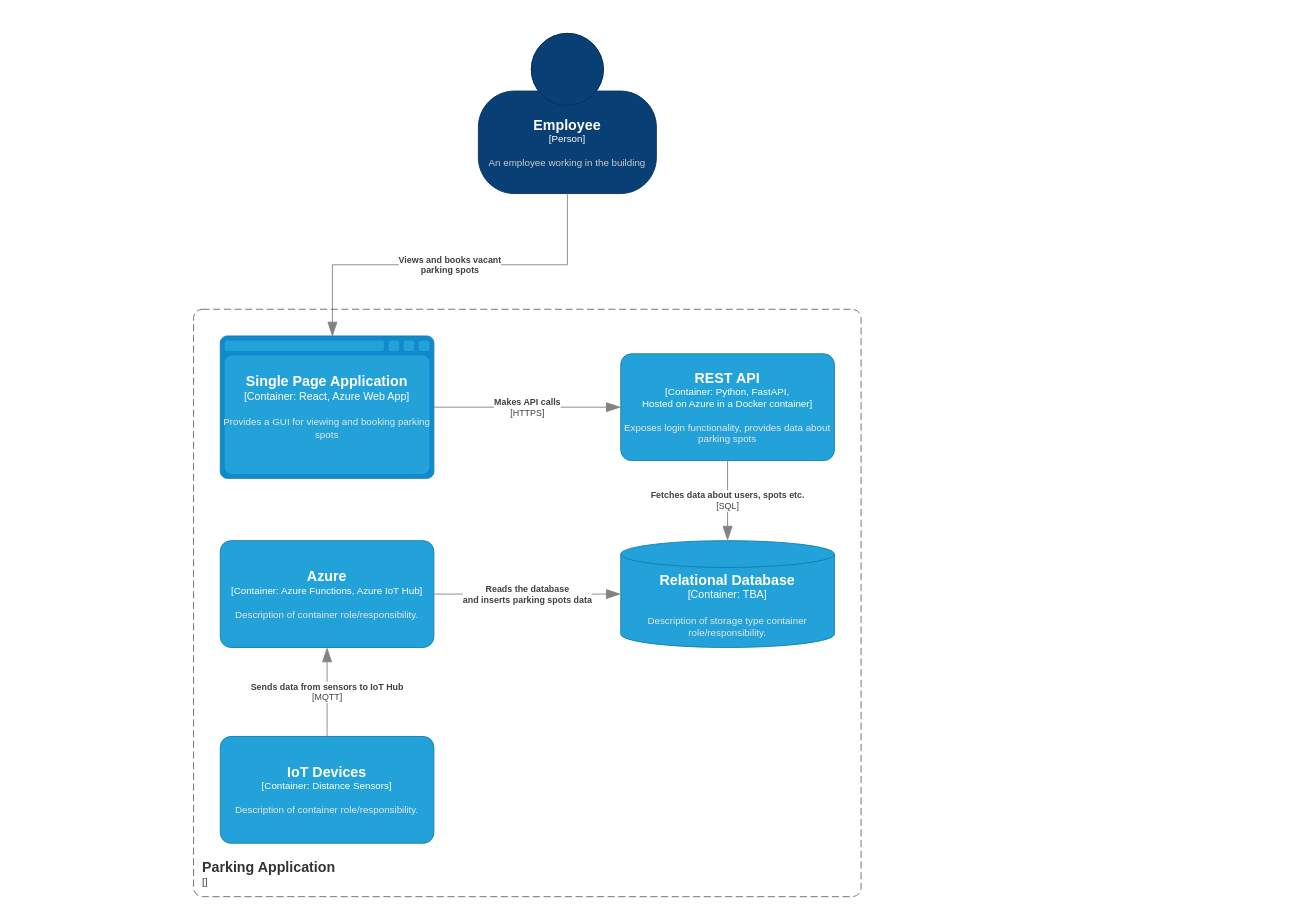
Earlier version of the draw.io diagram page "Container diagram" (2 of 2) of c4-diagram.drawio (WajsBartosz/ParkingApp). Source tidied: cells renumbered, new cells numbered last; positions are measured from the earlier drawing's top-left corner, leaving out a move shared by most shapes. Both pictures are drawn from the tidied source at 89%, with x=0, y=0 at pixel (193, 33).
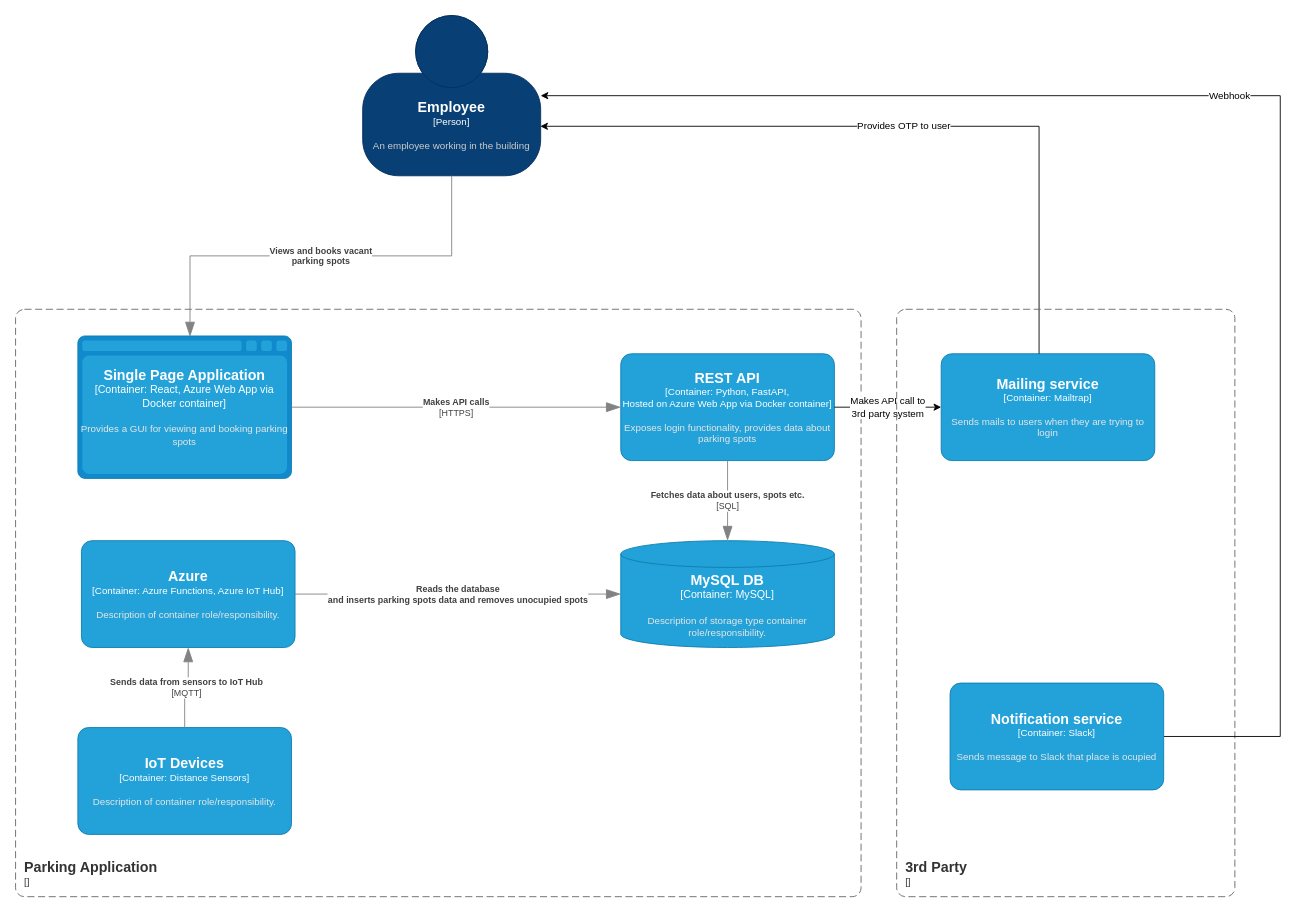
The same page after the edit.

Change to the diagram source:
```diff
@@
     <object id="2" label="&lt;font style=&quot;font-size: 16px&quot;&gt;&lt;b&gt;%c4Name%&lt;/b&gt;&lt;/font&gt;&lt;div&gt;[%c4Type%]&lt;/div&gt;&lt;br&gt;&lt;div&gt;&lt;font style=&quot;font-size: 11px&quot;&gt;&lt;font color=&quot;#cccccc&quot;&gt;%c4Description%&lt;/font&gt;&lt;/div&gt;" c4Description="An employee working in the building" c4Name="Employee" c4Type="Person" placeholders="1">
       <mxCell style="html=1;fontSize=11;dashed=0;whiteSpace=wrap;fillColor=#083F75;strokeColor=#06315C;fontColor=#ffffff;shape=mxgraph.c4.person2;align=center;points=[[0.5,0,0],[1,0.5,0],[1,0.75,0],[0.75,1,0],[0.5,1,0],[0.25,1,0],[0,0.75,0],[0,0.5,0]];" parent="1" vertex="1">
-        <mxGeometry x="320" width="200" height="180" as="geometry" />
+        <mxGeometry x="190" y="-20" width="200" height="180" as="geometry" />
       </mxCell>
     </object>
@@
-    <object id="4" label="&lt;font style=&quot;font-size: 16px&quot;&gt;&lt;b&gt;%c4Name%&lt;/b&gt;&lt;/font&gt;&lt;div&gt;[%c4Type%:&amp;nbsp;%c4Technology%]&lt;/div&gt;&lt;br&gt;&lt;div&gt;&lt;font style=&quot;font-size: 11px&quot;&gt;&lt;font color=&quot;#E6E6E6&quot;&gt;%c4Description%&lt;/font&gt;&lt;/div&gt;" c4Description="Provides a GUI for viewing and booking parking spots" c4Name="Single Page Application" c4Technology="React, Azure Web App" c4Type="Container" placeholders="1">
+    <object id="4" label="&lt;font style=&quot;font-size: 16px&quot;&gt;&lt;b&gt;%c4Name%&lt;/b&gt;&lt;/font&gt;&lt;div&gt;[%c4Type%:&amp;nbsp;%c4Technology%]&lt;/div&gt;&lt;br&gt;&lt;div&gt;&lt;font style=&quot;font-size: 11px&quot;&gt;&lt;font color=&quot;#E6E6E6&quot;&gt;%c4Description%&lt;/font&gt;&lt;/div&gt;" c4Description="Provides a GUI for viewing and booking parking spots" c4Name="Single Page Application" c4Technology="React, Azure Web App via Docker container" c4Type="Container" placeholders="1">
       <mxCell style="shape=mxgraph.c4.webBrowserContainer2;whiteSpace=wrap;html=1;boundedLbl=1;rounded=0;labelBackgroundColor=none;strokeColor=#118ACD;fillColor=#23A2D9;strokeColor=#118ACD;strokeColor2=#0E7DAD;fontSize=12;fontColor=#ffffff;align=center;points=[[0.5,0,0],[1,0.25,0],[1,0.5,0],[1,0.75,0],[0.5,1,0],[0,0.75,0],[0,0.5,0],[0,0.25,0]];" parent="1" vertex="1">
-        <mxGeometry x="30" y="340" width="240" height="160" as="geometry" />
+        <mxGeometry x="-130" y="340" width="240" height="160" as="geometry" />
       </mxCell>
     </object>
-    <object id="5" label="&lt;font style=&quot;font-size: 16px&quot;&gt;&lt;b&gt;%c4Name%&lt;/b&gt;&lt;/font&gt;&lt;div&gt;[%c4Type%: %c4Technology%]&lt;/div&gt;&lt;br&gt;&lt;div&gt;&lt;font style=&quot;font-size: 11px&quot;&gt;&lt;font color=&quot;#E6E6E6&quot;&gt;%c4Description%&lt;/font&gt;&lt;/div&gt;" c4Description="Exposes login functionality, provides data about parking spots" c4Name="REST API" c4Technology="Python, FastAPI,&#10;Hosted on Azure in a Docker container" c4Type="Container" placeholders="1">
+    <object id="5" label="&lt;font style=&quot;font-size: 16px&quot;&gt;&lt;b&gt;%c4Name%&lt;/b&gt;&lt;/font&gt;&lt;div&gt;[%c4Type%: %c4Technology%]&lt;/div&gt;&lt;br&gt;&lt;div&gt;&lt;font style=&quot;font-size: 11px&quot;&gt;&lt;font color=&quot;#E6E6E6&quot;&gt;%c4Description%&lt;/font&gt;&lt;/div&gt;" c4Description="Exposes login functionality, provides data about parking spots" c4Name="REST API" c4Technology="Python, FastAPI,&#10;Hosted on Azure Web App via Docker container" c4Type="Container" placeholders="1">
       <mxCell style="rounded=1;whiteSpace=wrap;html=1;fontSize=11;labelBackgroundColor=none;fillColor=#23A2D9;fontColor=#ffffff;align=center;arcSize=10;strokeColor=#0E7DAD;points=[[0.25,0,0],[0.5,0,0],[0.75,0,0],[1,0.25,0],[1,0.5,0],[1,0.75,0],[0.75,1,0],[0.5,1,0],[0.25,1,0],[0,0.75,0],[0,0.5,0],[0,0.25,0]];" parent="1" vertex="1">
         <mxGeometry x="480" y="360" width="240" height="120" as="geometry" />
       </mxCell>
     </object>
@@
-    <object id="7" label="&lt;font style=&quot;font-size: 16px&quot;&gt;&lt;b&gt;%c4Name%&lt;/b&gt;&lt;/font&gt;&lt;div&gt;[%c4Type%:&amp;nbsp;%c4Technology%]&lt;/div&gt;&lt;br&gt;&lt;div&gt;&lt;font style=&quot;font-size: 11px&quot;&gt;&lt;font color=&quot;#E6E6E6&quot;&gt;%c4Description%&lt;/font&gt;&lt;/div&gt;" c4Description="Description of storage type container role/responsibility." c4Name="Relational Database" c4Technology="TBA" c4Type="Container" placeholders="1">
+    <object id="7" label="&lt;font style=&quot;font-size: 16px&quot;&gt;&lt;b&gt;%c4Name%&lt;/b&gt;&lt;/font&gt;&lt;div&gt;[%c4Type%:&amp;nbsp;%c4Technology%]&lt;/div&gt;&lt;br&gt;&lt;div&gt;&lt;font style=&quot;font-size: 11px&quot;&gt;&lt;font color=&quot;#E6E6E6&quot;&gt;%c4Description%&lt;/font&gt;&lt;/div&gt;" c4Description="Description of storage type container role/responsibility." c4Name="MySQL DB" c4Technology="MySQL" c4Type="Container" placeholders="1">
       <mxCell style="shape=cylinder3;size=15;whiteSpace=wrap;html=1;boundedLbl=1;rounded=0;labelBackgroundColor=none;fillColor=#23A2D9;fontSize=12;fontColor=#ffffff;align=center;strokeColor=#0E7DAD;points=[[0.5,0,0],[1,0.25,0],[1,0.5,0],[1,0.75,0],[0.5,1,0],[0,0.75,0],[0,0.5,0],[0,0.25,0]];" parent="1" vertex="1">
         <mxGeometry x="480" y="570" width="240" height="120" as="geometry" />
       </mxCell>
     </object>
     <object id="8" label="&lt;font style=&quot;font-size: 16px&quot;&gt;&lt;b&gt;%c4Name%&lt;/b&gt;&lt;/font&gt;&lt;div&gt;[%c4Type%: %c4Technology%]&lt;/div&gt;&lt;br&gt;&lt;div&gt;&lt;font style=&quot;font-size: 11px&quot;&gt;&lt;font color=&quot;#E6E6E6&quot;&gt;%c4Description%&lt;/font&gt;&lt;/div&gt;" c4Description="Description of container role/responsibility." c4Name="Azure" c4Technology="Azure Functions, Azure IoT Hub" c4Type="Container" placeholders="1">
       <mxCell style="rounded=1;whiteSpace=wrap;html=1;fontSize=11;labelBackgroundColor=none;fillColor=#23A2D9;fontColor=#ffffff;align=center;arcSize=10;strokeColor=#0E7DAD;points=[[0.25,0,0],[0.5,0,0],[0.75,0,0],[1,0.25,0],[1,0.5,0],[1,0.75,0],[0.75,1,0],[0.5,1,0],[0.25,1,0],[0,0.75,0],[0,0.5,0],[0,0.25,0]];" parent="1" vertex="1">
-        <mxGeometry x="30" y="570" width="240" height="120" as="geometry" />
+        <mxGeometry x="-126" y="570" width="240" height="120" as="geometry" />
       </mxCell>
     </object>
     <object id="9" label="&lt;font style=&quot;font-size: 16px&quot;&gt;&lt;b&gt;%c4Name%&lt;/b&gt;&lt;/font&gt;&lt;div&gt;[%c4Type%: %c4Technology%]&lt;/div&gt;&lt;br&gt;&lt;div&gt;&lt;font style=&quot;font-size: 11px&quot;&gt;&lt;font color=&quot;#E6E6E6&quot;&gt;%c4Description%&lt;/font&gt;&lt;/div&gt;" c4Description="Description of container role/responsibility." c4Name="IoT Devices" c4Technology="Distance Sensors" c4Type="Container" placeholders="1">
       <mxCell style="rounded=1;whiteSpace=wrap;html=1;fontSize=11;labelBackgroundColor=none;fillColor=#23A2D9;fontColor=#ffffff;align=center;arcSize=10;strokeColor=#0E7DAD;points=[[0.25,0,0],[0.5,0,0],[0.75,0,0],[1,0.25,0],[1,0.5,0],[1,0.75,0],[0.75,1,0],[0.5,1,0],[0.25,1,0],[0,0.75,0],[0,0.5,0],[0,0.25,0]];" parent="1" vertex="1">
-        <mxGeometry x="30" y="790" width="240" height="120" as="geometry" />
+        <mxGeometry x="-130" y="780" width="240" height="120" as="geometry" />
       </mxCell>
     </object>
     <object id="10" label="&lt;font style=&quot;font-size: 16px&quot;&gt;&lt;b&gt;&lt;div style=&quot;text-align: left&quot;&gt;%c4Name%&lt;/div&gt;&lt;/b&gt;&lt;/font&gt;&lt;div style=&quot;text-align: left&quot;&gt;[%c4Application%]&lt;/div&gt;" c4Application="" c4Name="Parking Application" placeholders="1">
       <mxCell style="rounded=1;fontSize=11;whiteSpace=wrap;html=1;dashed=1;arcSize=20;fillColor=none;strokeColor=#666666;fontColor=#333333;labelBackgroundColor=none;align=left;verticalAlign=bottom;labelBorderColor=none;spacingTop=0;spacing=10;dashPattern=8 4;perimeter=rectanglePerimeter;noLabel=0;labelPadding=0;absoluteArcSize=1;" parent="1" vertex="1">
-        <mxGeometry y="310" width="750" height="660" as="geometry" />
+        <mxGeometry x="-200" y="310" width="950" height="660" as="geometry" />
       </mxCell>
     </object>
-    <object id="11" label="&lt;div style=&quot;text-align: left&quot;&gt;&lt;div style=&quot;text-align: center&quot;&gt;&lt;b&gt;%c4Description%&lt;/b&gt;&lt;/div&gt;" c4Description="Reads the database &#10;and inserts parking spots data" placeholders="1">
+    <object id="11" label="&lt;div style=&quot;text-align: left&quot;&gt;&lt;div style=&quot;text-align: center&quot;&gt;&lt;b&gt;%c4Description%&lt;/b&gt;&lt;/div&gt;" c4Description="Reads the database &#10;and inserts parking spots data and removes unocupied spots" placeholders="1">
       <mxCell style="endArrow=blockThin;html=1;fontSize=10;fontColor=#404040;strokeWidth=1;endFill=1;strokeColor=#828282;elbow=vertical;endSize=14;startSize=14;jumpStyle=arc;jumpSize=16;rounded=0;edgeStyle=orthogonalEdgeStyle;exitX=1;exitY=0.5;exitDx=0;exitDy=0;exitPerimeter=0;entryX=0;entryY=0.5;entryDx=0;entryDy=0;entryPerimeter=0;" parent="1" edge="1" source="8" target="7">
         <mxGeometry relative="1" as="geometry" />
       </mxCell>
     </object>
@@
+    <object id="14" label="&lt;font style=&quot;font-size: 16px&quot;&gt;&lt;b&gt;%c4Name%&lt;/b&gt;&lt;/font&gt;&lt;div&gt;[%c4Type%: %c4Technology%]&lt;/div&gt;&lt;br&gt;&lt;div&gt;&lt;font style=&quot;font-size: 11px&quot;&gt;&lt;font color=&quot;#E6E6E6&quot;&gt;%c4Description%&lt;/font&gt;&lt;/div&gt;" c4Description="Sends mails to users when they are trying to login" c4Name="Mailing service" c4Technology="Mailtrap" c4Type="Container" placeholders="1">
+      <mxCell style="rounded=1;whiteSpace=wrap;html=1;fontSize=11;labelBackgroundColor=none;fillColor=#23A2D9;fontColor=#ffffff;align=center;arcSize=10;strokeColor=#0E7DAD;points=[[0.25,0,0],[0.5,0,0],[0.75,0,0],[1,0.25,0],[1,0.5,0],[1,0.75,0],[0.75,1,0],[0.5,1,0],[0.25,1,0],[0,0.75,0],[0,0.5,0],[0,0.25,0]];" parent="1" vertex="1">
+        <mxGeometry x="840" y="360" width="240" height="120" as="geometry" />
+      </mxCell>
+    </object>
+    <mxCell id="15" value="Makes API call to&lt;br&gt; 3rd party system" style="edgeStyle=orthogonalEdgeStyle;rounded=0;jettySize=auto;html=1;entryX=0;entryY=0.5;entryDx=0;entryDy=0;entryPerimeter=0;" parent="1" edge="1" source="5" target="14">
+      <mxGeometry relative="1" as="geometry" />
+    </mxCell>
+    <mxCell id="16" value="Provides OTP to user" style="edgeStyle=orthogonalEdgeStyle;rounded=0;jettySize=auto;html=1;entryX=0.998;entryY=0.691;entryDx=0;entryDy=0;entryPerimeter=0;" parent="1" edge="1" source="14" target="2">
+      <mxGeometry relative="1" as="geometry">
+        <Array as="points">
+          <mxPoint x="950" y="104" />
+        </Array>
+      </mxGeometry>
+    </mxCell>
+    <object id="17" label="&lt;font style=&quot;font-size: 16px&quot;&gt;&lt;b&gt;&lt;div style=&quot;text-align: left&quot;&gt;%c4Name%&lt;/div&gt;&lt;/b&gt;&lt;/font&gt;&lt;div style=&quot;text-align: left&quot;&gt;[%c4Application%]&lt;/div&gt;" c4Application="" c4Name="3rd Party" placeholders="1">
+      <mxCell style="rounded=1;fontSize=11;whiteSpace=wrap;html=1;dashed=1;arcSize=20;fillColor=none;strokeColor=#666666;fontColor=#333333;labelBackgroundColor=none;align=left;verticalAlign=bottom;labelBorderColor=none;spacingTop=0;spacing=10;dashPattern=8 4;perimeter=rectanglePerimeter;noLabel=0;labelPadding=0;absoluteArcSize=1;" parent="1" vertex="1">
+        <mxGeometry x="790" y="310" width="380" height="660" as="geometry" />
+      </mxCell>
+    </object>
+    <mxCell id="18" value="Webhook" style="edgeStyle=orthogonalEdgeStyle;rounded=0;jettySize=auto;html=1;entryX=1;entryY=0.5;entryDx=0;entryDy=0;entryPerimeter=0;" parent="1" edge="1" source="19" target="2">
+      <mxGeometry x="0.08" relative="1" as="geometry">
+        <Array as="points">
+          <mxPoint x="1221" y="790" />
+          <mxPoint x="1221" y="70" />
+        </Array>
+      </mxGeometry>
+    </mxCell>
+    <object id="19" label="&lt;font style=&quot;font-size: 16px&quot;&gt;&lt;b&gt;%c4Name%&lt;/b&gt;&lt;/font&gt;&lt;div&gt;[%c4Type%: %c4Technology%]&lt;/div&gt;&lt;br&gt;&lt;div&gt;&lt;font style=&quot;font-size: 11px&quot;&gt;&lt;font color=&quot;#E6E6E6&quot;&gt;%c4Description%&lt;/font&gt;&lt;/div&gt;" c4Description="Sends message to Slack that place is ocupied" c4Name="Notification service" c4Technology="Slack" c4Type="Container" placeholders="1">
+      <mxCell style="rounded=1;whiteSpace=wrap;html=1;fontSize=11;labelBackgroundColor=none;fillColor=#23A2D9;fontColor=#ffffff;align=center;arcSize=10;strokeColor=#0E7DAD;points=[[0.25,0,0],[0.5,0,0],[0.75,0,0],[1,0.25,0],[1,0.5,0],[1,0.75,0],[0.75,1,0],[0.5,1,0],[0.25,1,0],[0,0.75,0],[0,0.5,0],[0,0.25,0]];" parent="1" vertex="1">
+        <mxGeometry x="850" y="730" width="240" height="120" as="geometry" />
+      </mxCell>
+    </object>
```
